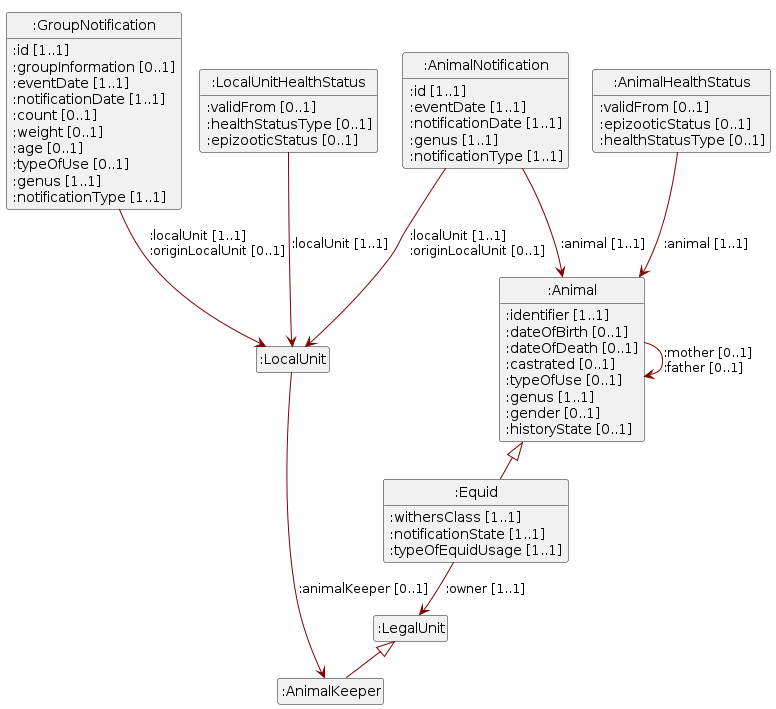
The PlantUML diagram assets/img/uml.png in blw-ofag-ufag/eCH-0309, before a commit.
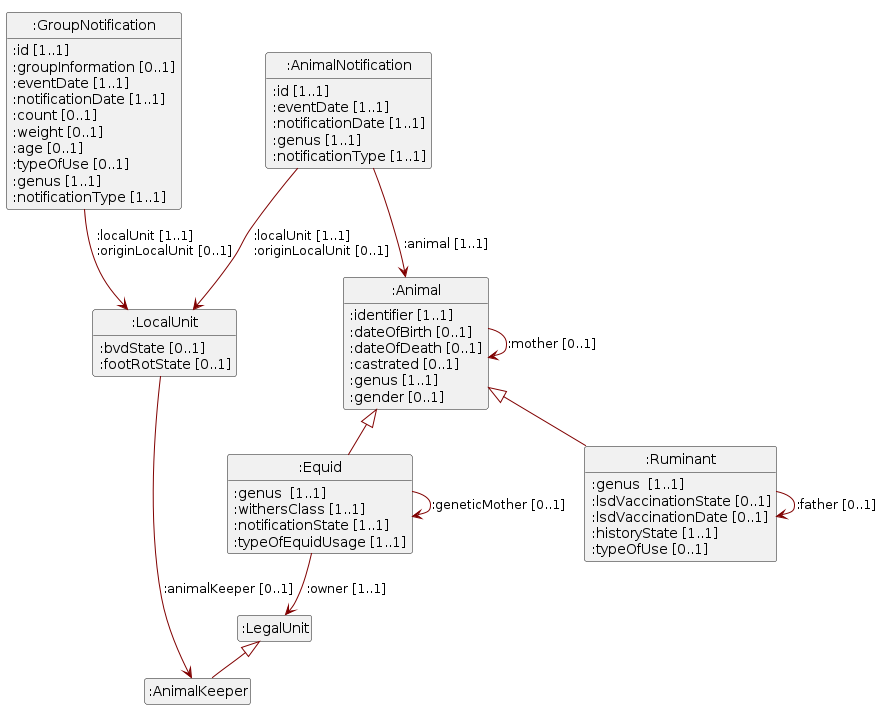
After the change.

Diff of the diagram source:
```diff
@@ -10,6 +10,8 @@
 set namespaceSeparator none
 Class ":Equid"
 ":Equid" --> ":LegalUnit" : :owner [1..1]
+":Equid" : :genus  [1..1]
+":Equid" --> ":Equid" : :geneticMother<U+00A0>[0..1]
 ":Equid" : :withersClass [1..1]
 ":Equid" : :notificationState [1..1]
 ":Equid" : :typeOfEquidUsage [1..1]
@@ -26,6 +28,13 @@
 ":GroupNotification" --> ":LocalUnit" : :localUnit<U+00A0>[1..1]  \l:originLocalUnit<U+00A0>[0..1]
 ":GroupNotification" : :genus [1..1]
 ":GroupNotification" : :notificationType [1..1]
+Class ":Ruminant"
+":Ruminant" : :genus  [1..1]
+":Ruminant" : :lsdVaccinationState [0..1]
+":Ruminant" : :lsdVaccinationDate [0..1]
+":Ruminant" --> ":Ruminant" : :father<U+00A0>[0..1]
+":Ruminant" : :historyState [1..1]
+":Ruminant" : :typeOfUse [0..1]
 Class ":AnimalKeeper"
 Class ":AnimalNotification"
 ":AnimalNotification" : :id [1..1]
@@ -37,27 +46,18 @@
 ":AnimalNotification" : :notificationType [1..1]
 Class ":LocalUnit"
 ":LocalUnit" --> ":AnimalKeeper" : :animalKeeper [0..1]
-Class ":LocalUnitHealthStatus"
-":LocalUnitHealthStatus" : :validFrom [0..1]
-":LocalUnitHealthStatus" : :healthStatusType [0..1]
-":LocalUnitHealthStatus" --> ":LocalUnit" : :localUnit<U+00A0>[1..1]
-":LocalUnitHealthStatus" : :epizooticStatus [0..1]
-Class ":AnimalHealthStatus"
-":AnimalHealthStatus" : :validFrom [0..1]
-":AnimalHealthStatus" --> ":Animal" : :animal<U+00A0>[1..1]
-":AnimalHealthStatus" : :epizooticStatus [0..1]
-":AnimalHealthStatus" : :healthStatusType [0..1]
+":LocalUnit" : :bvdState [0..1]
+":LocalUnit" : :footRotState [0..1]
 Class ":Animal"
 ":Animal" : :identifier [1..1]
 ":Animal" : :dateOfBirth [0..1]
 ":Animal" : :dateOfDeath [0..1]
 ":Animal" : :castrated [0..1]
-":Animal" : :typeOfUse [0..1]
-":Animal" --> ":Animal" : :mother<U+00A0>[0..1]  \l:father<U+00A0>[0..1]
 ":Animal" : :genus [1..1]
+":Animal" --> ":Animal" : :mother<U+00A0>[0..1]
 ":Animal" : :gender [0..1]
-":Animal" : :historyState [0..1]
 ":Animal" <|-- ":Equid"
+":Animal" <|-- ":Ruminant"
 ":LegalUnit" <|-- ":AnimalKeeper"
 hide circle
 hide empty members
```
